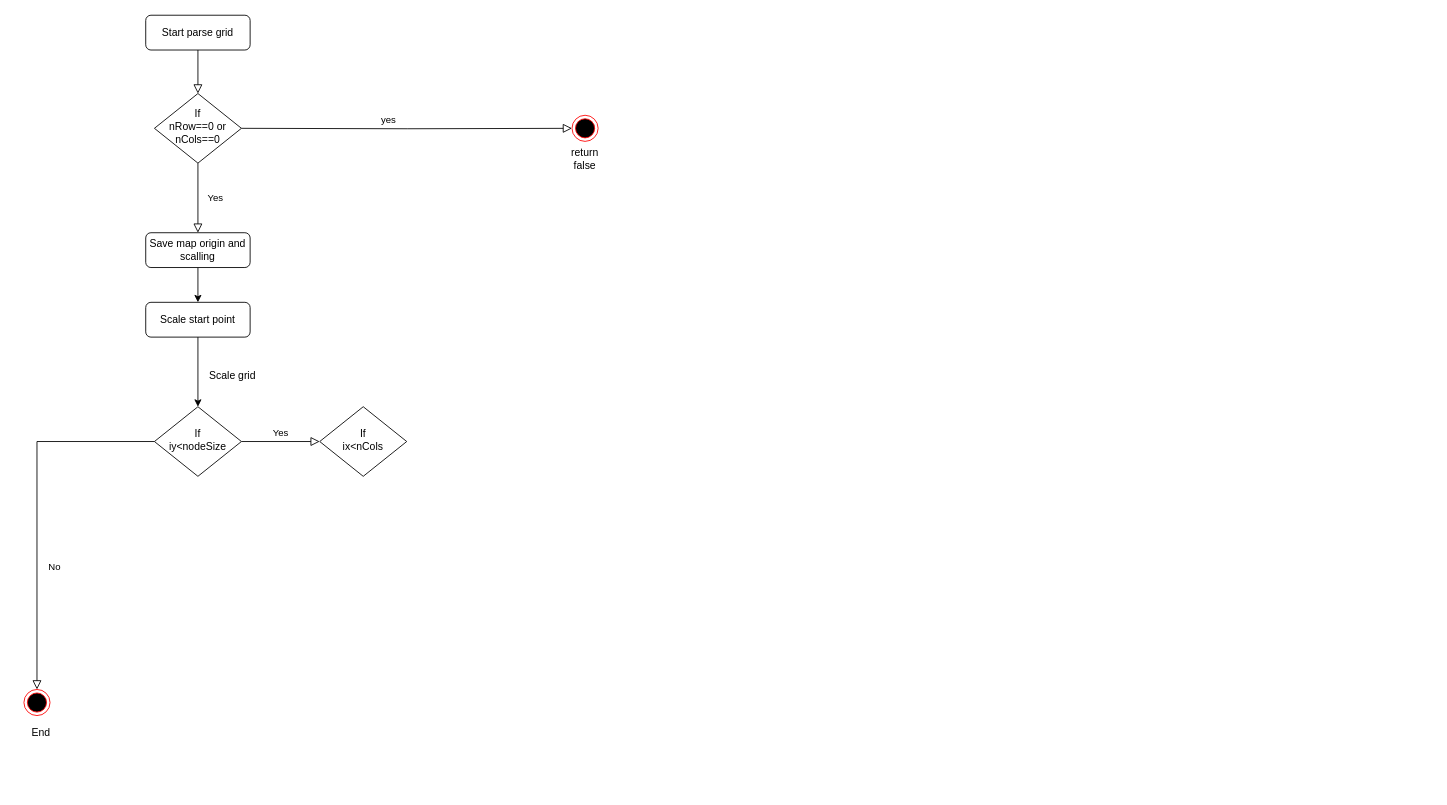
RandikaVS/Edfoci-chat-server keeps this draw.io diagram as page "Page-2" (2 of 2) of Path planning flow chart.drawio. Above is the earlier version. Source tidied: cells renumbered, new cells numbered last; positions are measured from the earlier drawing's top-left corner, leaving out a move shared by most shapes. Both pictures are drawn from the tidied source at 87%, with x=0, y=0 at pixel (15, 15).
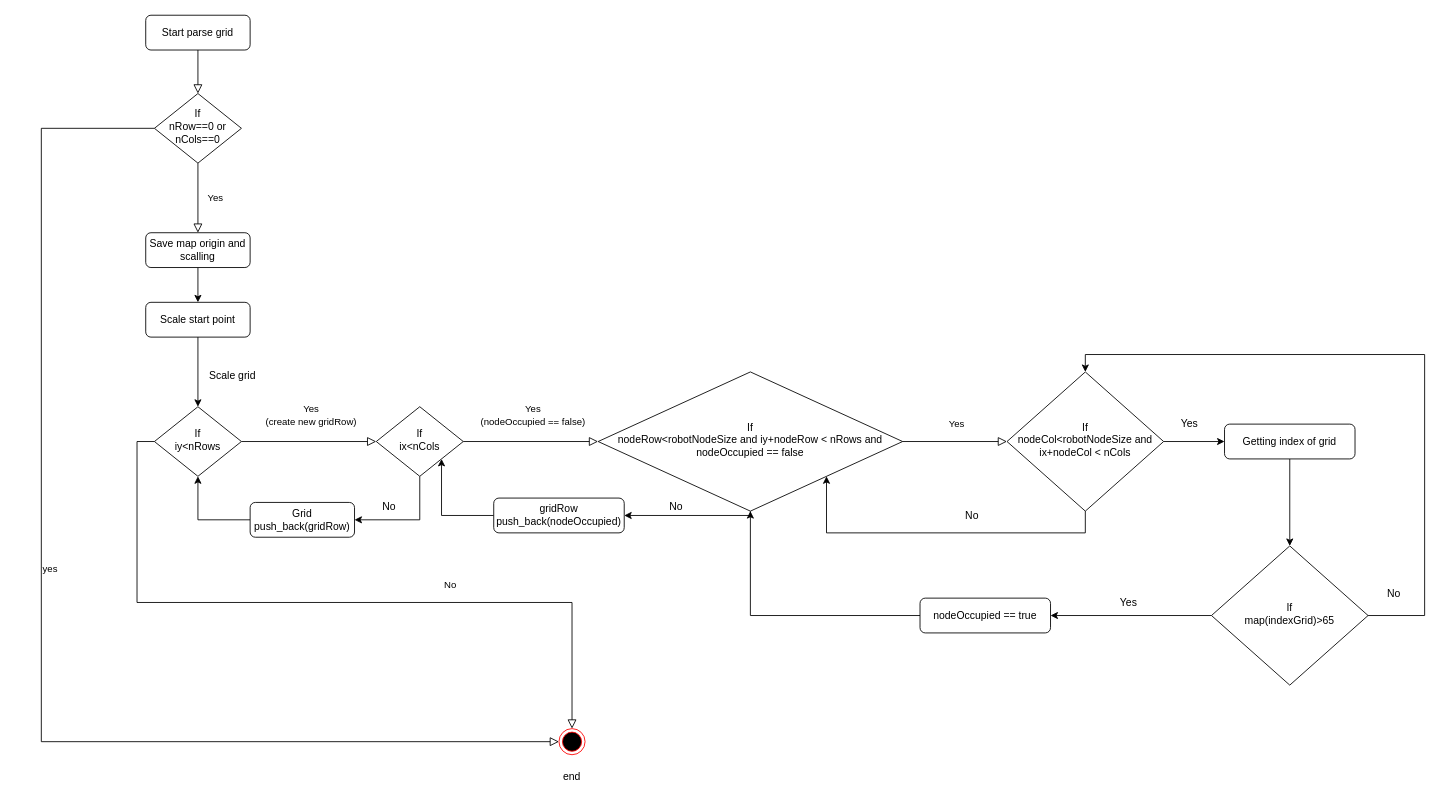
The same page after the edit.

The change refers to these unchanged cells:
```xml
<mxCell id="6" value="If&lt;br&gt;nRow==0 or nCols==0" style="rhombus;whiteSpace=wrap;html=1;shadow=0;fontFamily=Helvetica;fontSize=12;align=center;strokeWidth=1;spacing=6;spacingTop=-4;" parent="1" vertex="1">
  <mxGeometry x="160" y="90" width="100" height="80" as="geometry" />
</mxCell>
```

Change to the diagram source:
```diff
@@
-    <mxCell id="5" value="yes" style="edgeStyle=orthogonalEdgeStyle;rounded=0;html=1;jettySize=auto;fontSize=11;endArrow=block;endFill=0;endSize=8;strokeWidth=1;shadow=0;labelBackgroundColor=none;entryX=0;entryY=0.5;entryDx=0;entryDy=0;" parent="1" edge="1" target="12">
+    <mxCell id="5" value="yes" style="edgeStyle=orthogonalEdgeStyle;rounded=0;html=1;jettySize=auto;fontSize=11;endArrow=block;endFill=0;endSize=8;strokeWidth=1;shadow=0;labelBackgroundColor=none;entryX=0;entryY=0.5;entryDx=0;entryDy=0;exitX=0;exitY=0.5;exitDx=0;exitDy=0;" parent="1" edge="1" source="6" target="17">
       <mxGeometry x="-0.11" y="10" relative="1" as="geometry">
-        <mxPoint x="260" y="130" as="sourcePoint" />
+        <Array as="points">
+          <mxPoint x="30" y="130" />
+          <mxPoint x="30" y="835" />
+        </Array>
       </mxGeometry>
     </mxCell>
@@
-    <mxCell id="8" value="Yes" style="edgeStyle=orthogonalEdgeStyle;rounded=0;html=1;jettySize=auto;fontSize=11;endArrow=block;endFill=0;endSize=8;strokeWidth=1;shadow=0;labelBackgroundColor=none;entryX=0;entryY=0.5;entryDx=0;entryDy=0;" parent="1" edge="1" source="9" target="19">
-      <mxGeometry y="10" relative="1" as="geometry" />
+    <mxCell id="8" value="Yes&lt;br&gt;(create new gridRow)" style="edgeStyle=orthogonalEdgeStyle;rounded=0;html=1;jettySize=auto;fontSize=11;endArrow=block;endFill=0;endSize=8;strokeWidth=1;shadow=0;labelBackgroundColor=none;entryX=0;entryY=0.5;entryDx=0;entryDy=0;" parent="1" edge="1" source="9" target="19">
+      <mxGeometry x="0.03" y="30" relative="1" as="geometry" />
     </mxCell>
-    <mxCell id="9" value="If&lt;br&gt;iy&amp;lt;nodeSize" style="rhombus;whiteSpace=wrap;html=1;shadow=0;fontFamily=Helvetica;fontSize=12;align=center;strokeWidth=1;spacing=6;spacingTop=-4;" parent="1" vertex="1">
+    <mxCell id="9" value="If&lt;br&gt;iy&amp;lt;nRows" style="rhombus;whiteSpace=wrap;html=1;shadow=0;fontFamily=Helvetica;fontSize=12;align=center;strokeWidth=1;spacing=6;spacingTop=-4;" parent="1" vertex="1">
       <mxGeometry x="160" y="450" width="100" height="80" as="geometry" />
     </mxCell>
@@
-    <mxCell id="12" style="ellipse;html=1;shape=endState;fillColor=#000000;strokeColor=#ff0000;" parent="1" vertex="1">
-      <mxGeometry x="640" y="115" width="30" height="30" as="geometry" />
-    </mxCell>
-    <mxCell id="13" value="return false" style="text;html=1;strokeColor=none;fillColor=none;align=center;verticalAlign=middle;whiteSpace=wrap;rounded=0;" parent="1" vertex="1">
-      <mxGeometry x="625" y="150" width="60" height="30" as="geometry" />
+    <mxCell id="13" value="end" style="text;html=1;strokeColor=none;fillColor=none;align=center;verticalAlign=middle;whiteSpace=wrap;rounded=0;" parent="1" vertex="1">
+      <mxGeometry x="610" y="860" width="60" height="30" as="geometry" />
     </mxCell>
@@
     <mxCell id="17" style="ellipse;html=1;shape=endState;fillColor=#000000;strokeColor=#ff0000;" parent="1" vertex="1">
-      <mxGeometry x="10" y="775" width="30" height="30" as="geometry" />
+      <mxGeometry x="625" y="820" width="30" height="30" as="geometry" />
     </mxCell>
-    <mxCell id="18" value="End" style="text;html=1;strokeColor=none;fillColor=none;align=center;verticalAlign=middle;whiteSpace=wrap;rounded=0;" parent="1" vertex="1">
-      <mxGeometry y="810" width="60" height="30" as="geometry" />
-    </mxCell>
+    <mxCell id="20" style="edgeStyle=orthogonalEdgeStyle;rounded=0;jettySize=auto;html=1;exitX=0.5;exitY=1;exitDx=0;exitDy=0;entryX=1;entryY=0.5;entryDx=0;entryDy=0;" parent="1" edge="1" source="19" target="22">
+      <mxGeometry relative="1" as="geometry" />
+    </mxCell>
     <mxCell id="19" value="If&lt;br&gt;ix&amp;lt;nCols" style="rhombus;whiteSpace=wrap;html=1;shadow=0;fontFamily=Helvetica;fontSize=12;align=center;strokeWidth=1;spacing=6;spacingTop=-4;" parent="1" vertex="1">
-      <mxGeometry x="350" y="450" width="100" height="80" as="geometry" />
+      <mxGeometry x="415" y="450" width="100" height="80" as="geometry" />
     </mxCell>
+    <mxCell id="21" style="edgeStyle=orthogonalEdgeStyle;rounded=0;jettySize=auto;html=1;exitX=0;exitY=0.5;exitDx=0;exitDy=0;entryX=0.5;entryY=1;entryDx=0;entryDy=0;" parent="1" edge="1" source="22" target="9">
+      <mxGeometry relative="1" as="geometry" />
+    </mxCell>
+    <mxCell id="22" value="Grid push_back(gridRow)" style="rounded=1;whiteSpace=wrap;html=1;fontSize=12;glass=0;strokeWidth=1;shadow=0;" parent="1" vertex="1">
+      <mxGeometry x="270" y="560" width="120" height="40" as="geometry" />
+    </mxCell>
+    <mxCell id="23" value="No" style="text;html=1;strokeColor=none;fillColor=none;align=center;verticalAlign=middle;whiteSpace=wrap;rounded=0;" parent="1" vertex="1">
+      <mxGeometry x="400" y="550" width="60" height="30" as="geometry" />
+    </mxCell>
+    <mxCell id="24" value="If&lt;br&gt;nodeRow&amp;lt;robotNodeSize and iy+nodeRow &amp;lt; nRows and nodeOccupied == false" style="rhombus;whiteSpace=wrap;html=1;shadow=0;fontFamily=Helvetica;fontSize=12;align=center;strokeWidth=1;spacing=6;spacingTop=-4;" parent="1" vertex="1">
+      <mxGeometry x="670" y="410" width="350" height="160" as="geometry" />
+    </mxCell>
+    <mxCell id="25" value="Yes&lt;br&gt;(nodeOccupied == false)" style="edgeStyle=orthogonalEdgeStyle;rounded=0;html=1;jettySize=auto;fontSize=11;endArrow=block;endFill=0;endSize=8;strokeWidth=1;shadow=0;labelBackgroundColor=none;entryX=0;entryY=0.5;entryDx=0;entryDy=0;exitX=1;exitY=0.5;exitDx=0;exitDy=0;" parent="1" edge="1" source="19" target="24">
+      <mxGeometry x="0.03" y="30" relative="1" as="geometry" />
+    </mxCell>
+    <mxCell id="26" style="edgeStyle=orthogonalEdgeStyle;rounded=0;jettySize=auto;html=1;exitX=0;exitY=0.5;exitDx=0;exitDy=0;entryX=1;entryY=1;entryDx=0;entryDy=0;" parent="1" edge="1" source="27" target="19">
+      <mxGeometry relative="1" as="geometry" />
+    </mxCell>
+    <mxCell id="27" value="gridRow push_back(nodeOccupied)" style="rounded=1;whiteSpace=wrap;html=1;fontSize=12;glass=0;strokeWidth=1;shadow=0;" parent="1" vertex="1">
+      <mxGeometry x="550" y="555" width="150" height="40" as="geometry" />
+    </mxCell>
+    <mxCell id="28" style="edgeStyle=orthogonalEdgeStyle;rounded=0;jettySize=auto;html=1;exitX=0.5;exitY=1;exitDx=0;exitDy=0;entryX=1;entryY=0.5;entryDx=0;entryDy=0;" parent="1" edge="1" source="24" target="27">
+      <mxGeometry relative="1" as="geometry">
+        <Array as="points">
+          <mxPoint x="845" y="575" />
+        </Array>
+      </mxGeometry>
+    </mxCell>
+    <mxCell id="29" value="No" style="text;html=1;strokeColor=none;fillColor=none;align=center;verticalAlign=middle;whiteSpace=wrap;rounded=0;" parent="1" vertex="1">
+      <mxGeometry x="730" y="550" width="60" height="30" as="geometry" />
+    </mxCell>
+    <mxCell id="30" style="edgeStyle=orthogonalEdgeStyle;rounded=0;jettySize=auto;html=1;exitX=1;exitY=0.5;exitDx=0;exitDy=0;entryX=0;entryY=0.5;entryDx=0;entryDy=0;" parent="1" edge="1" source="31" target="36">
+      <mxGeometry relative="1" as="geometry" />
+    </mxCell>
+    <mxCell id="31" value="If&lt;br&gt;nodeCol&amp;lt;robotNodeSize and ix+nodeCol &amp;lt; nCols" style="rhombus;whiteSpace=wrap;html=1;shadow=0;fontFamily=Helvetica;fontSize=12;align=center;strokeWidth=1;spacing=6;spacingTop=-4;" parent="1" vertex="1">
+      <mxGeometry x="1140" y="410" width="180" height="160" as="geometry" />
+    </mxCell>
+    <mxCell id="32" value="Yes" style="edgeStyle=orthogonalEdgeStyle;rounded=0;html=1;jettySize=auto;fontSize=11;endArrow=block;endFill=0;endSize=8;strokeWidth=1;shadow=0;labelBackgroundColor=none;entryX=0;entryY=0.5;entryDx=0;entryDy=0;exitX=1;exitY=0.5;exitDx=0;exitDy=0;" parent="1" edge="1" source="24" target="31">
+      <mxGeometry x="0.04" y="20" relative="1" as="geometry" />
+    </mxCell>
+    <mxCell id="33" value="No" style="text;html=1;strokeColor=none;fillColor=none;align=center;verticalAlign=middle;whiteSpace=wrap;rounded=0;" parent="1" vertex="1">
+      <mxGeometry x="1070" y="560" width="60" height="30" as="geometry" />
+    </mxCell>
+    <mxCell id="34" style="edgeStyle=orthogonalEdgeStyle;rounded=0;jettySize=auto;html=1;entryX=1;entryY=1;entryDx=0;entryDy=0;exitX=0.5;exitY=1;exitDx=0;exitDy=0;" parent="1" edge="1" source="31" target="24">
+      <mxGeometry relative="1" as="geometry">
+        <Array as="points">
+          <mxPoint x="1230" y="595" />
+          <mxPoint x="933" y="595" />
+        </Array>
+      </mxGeometry>
+    </mxCell>
+    <mxCell id="35" style="edgeStyle=orthogonalEdgeStyle;rounded=0;jettySize=auto;html=1;exitX=0.5;exitY=1;exitDx=0;exitDy=0;entryX=0.5;entryY=0;entryDx=0;entryDy=0;" parent="1" edge="1" source="36" target="40">
+      <mxGeometry relative="1" as="geometry" />
+    </mxCell>
+    <mxCell id="36" value="Getting index of grid" style="rounded=1;whiteSpace=wrap;html=1;fontSize=12;glass=0;strokeWidth=1;shadow=0;" parent="1" vertex="1">
+      <mxGeometry x="1390" y="470" width="150" height="40" as="geometry" />
+    </mxCell>
+    <mxCell id="37" value="Yes" style="text;html=1;strokeColor=none;fillColor=none;align=center;verticalAlign=middle;whiteSpace=wrap;rounded=0;" parent="1" vertex="1">
+      <mxGeometry x="1320" y="455" width="60" height="30" as="geometry" />
+    </mxCell>
+    <mxCell id="38" style="edgeStyle=orthogonalEdgeStyle;rounded=0;jettySize=auto;html=1;exitX=0;exitY=0.5;exitDx=0;exitDy=0;entryX=1;entryY=0.5;entryDx=0;entryDy=0;" parent="1" edge="1" source="40" target="42">
+      <mxGeometry relative="1" as="geometry" />
+    </mxCell>
+    <mxCell id="39" style="edgeStyle=orthogonalEdgeStyle;rounded=0;jettySize=auto;html=1;entryX=0.5;entryY=0;entryDx=0;entryDy=0;" parent="1" edge="1" source="40" target="31">
+      <mxGeometry relative="1" as="geometry">
+        <Array as="points">
+          <mxPoint x="1620" y="690" />
+          <mxPoint x="1620" y="390" />
+          <mxPoint x="1230" y="390" />
+        </Array>
+      </mxGeometry>
+    </mxCell>
+    <mxCell id="40" value="If&lt;br&gt;map(indexGrid)&amp;gt;65" style="rhombus;whiteSpace=wrap;html=1;shadow=0;fontFamily=Helvetica;fontSize=12;align=center;strokeWidth=1;spacing=6;spacingTop=-4;" parent="1" vertex="1">
+      <mxGeometry x="1375" y="610" width="180" height="160" as="geometry" />
+    </mxCell>
+    <mxCell id="41" style="edgeStyle=orthogonalEdgeStyle;rounded=0;jettySize=auto;html=1;exitX=0;exitY=0.5;exitDx=0;exitDy=0;" parent="1" edge="1" source="42" target="24">
+      <mxGeometry relative="1" as="geometry" />
+    </mxCell>
+    <mxCell id="42" value="nodeOccupied == true" style="rounded=1;whiteSpace=wrap;html=1;fontSize=12;glass=0;strokeWidth=1;shadow=0;" parent="1" vertex="1">
+      <mxGeometry x="1040" y="670" width="150" height="40" as="geometry" />
+    </mxCell>
+    <mxCell id="43" value="Yes" style="text;html=1;strokeColor=none;fillColor=none;align=center;verticalAlign=middle;whiteSpace=wrap;rounded=0;" parent="1" vertex="1">
+      <mxGeometry x="1250" y="660" width="60" height="30" as="geometry" />
+    </mxCell>
+    <mxCell id="44" value="No" style="text;html=1;strokeColor=none;fillColor=none;align=center;verticalAlign=middle;whiteSpace=wrap;rounded=0;" parent="1" vertex="1">
+      <mxGeometry x="1555" y="650" width="60" height="30" as="geometry" />
+    </mxCell>
```
